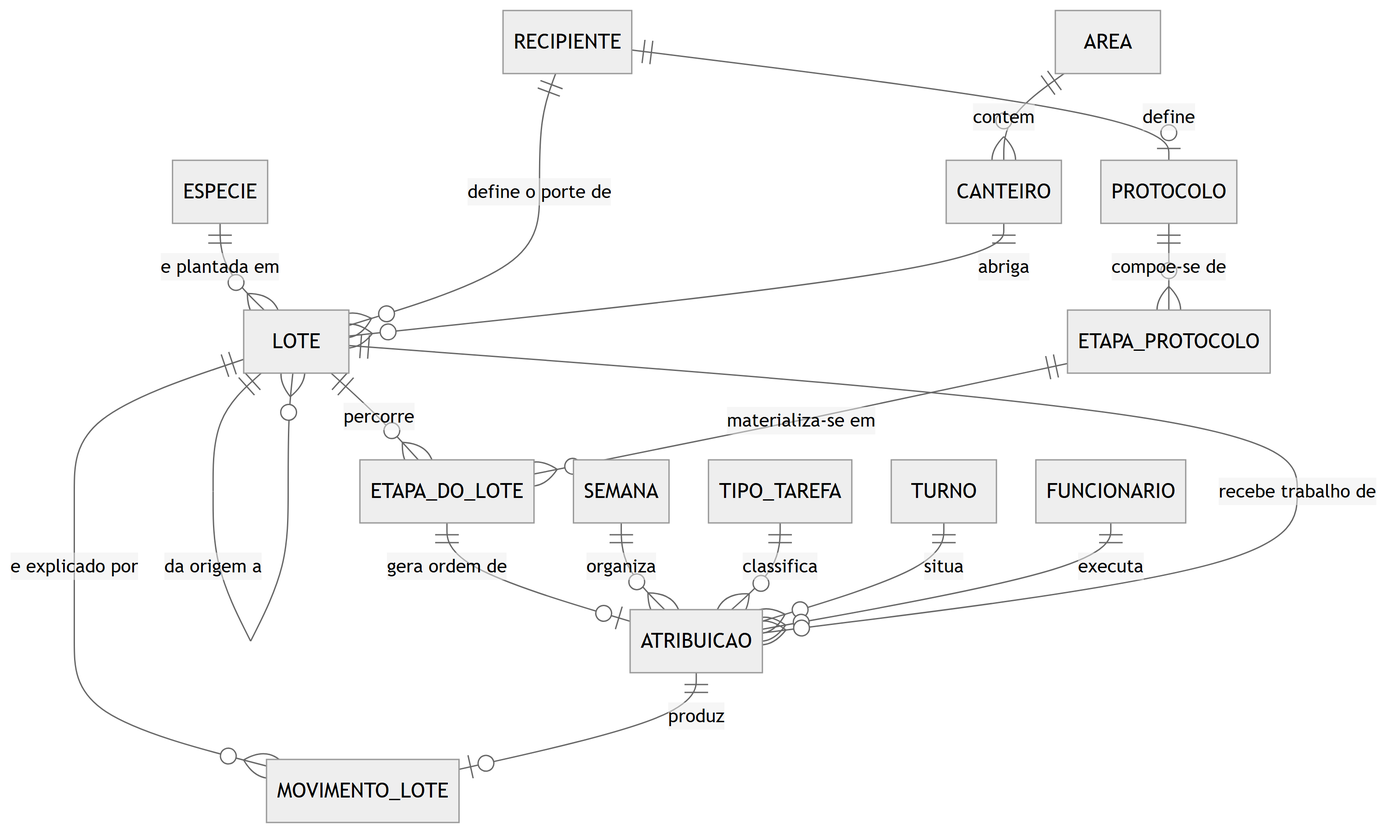
Before: docs/engenharia/modelo-dados-pt/img/fig06-conceitual-producao.png, a diagram exported from Mermaid (JoaoMudar/tcc). Its source is kept beside it as docs/engenharia/modelo-dados-pt/mmd/fig06-conceitual-producao.mmd.
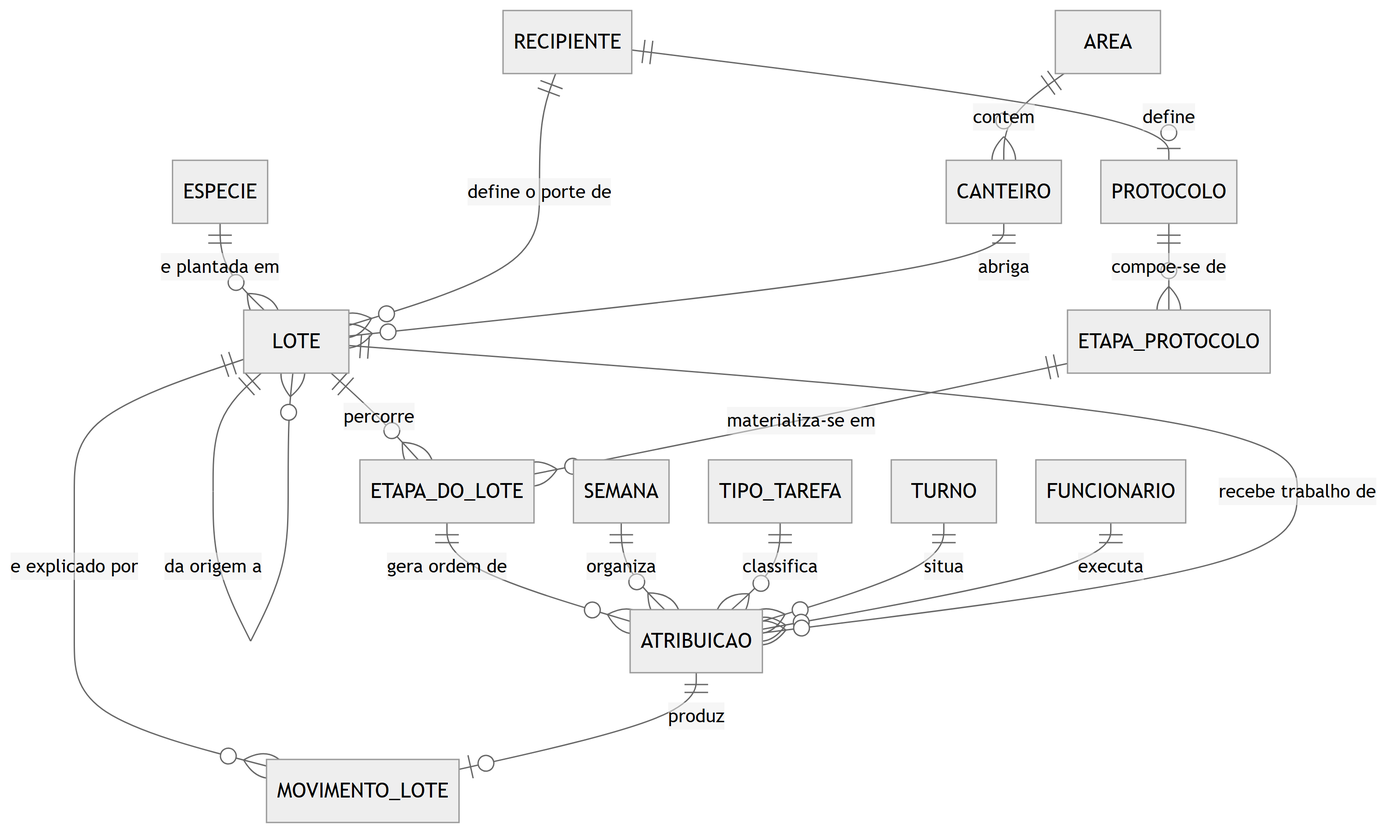
Above is the later version.

What changed in the source:
```diff
@@ -9,7 +9,7 @@
   RECIPIENTE   ||--o| PROTOCOLO      : "define"
   PROTOCOLO    ||--o{ ETAPA_PROTOCOLO : "compoe-se de"
   ETAPA_PROTOCOLO ||--o{ ETAPA_DO_LOTE : "materializa-se em"
-  ETAPA_DO_LOTE ||--o| ATRIBUICAO    : "gera ordem de"
+  ETAPA_DO_LOTE ||--o{ ATRIBUICAO    : "gera ordem de"
   SEMANA       ||--o{ ATRIBUICAO     : "organiza"
   TIPO_TAREFA  ||--o{ ATRIBUICAO     : "classifica"
   TURNO        ||--o{ ATRIBUICAO     : "situa"
```
